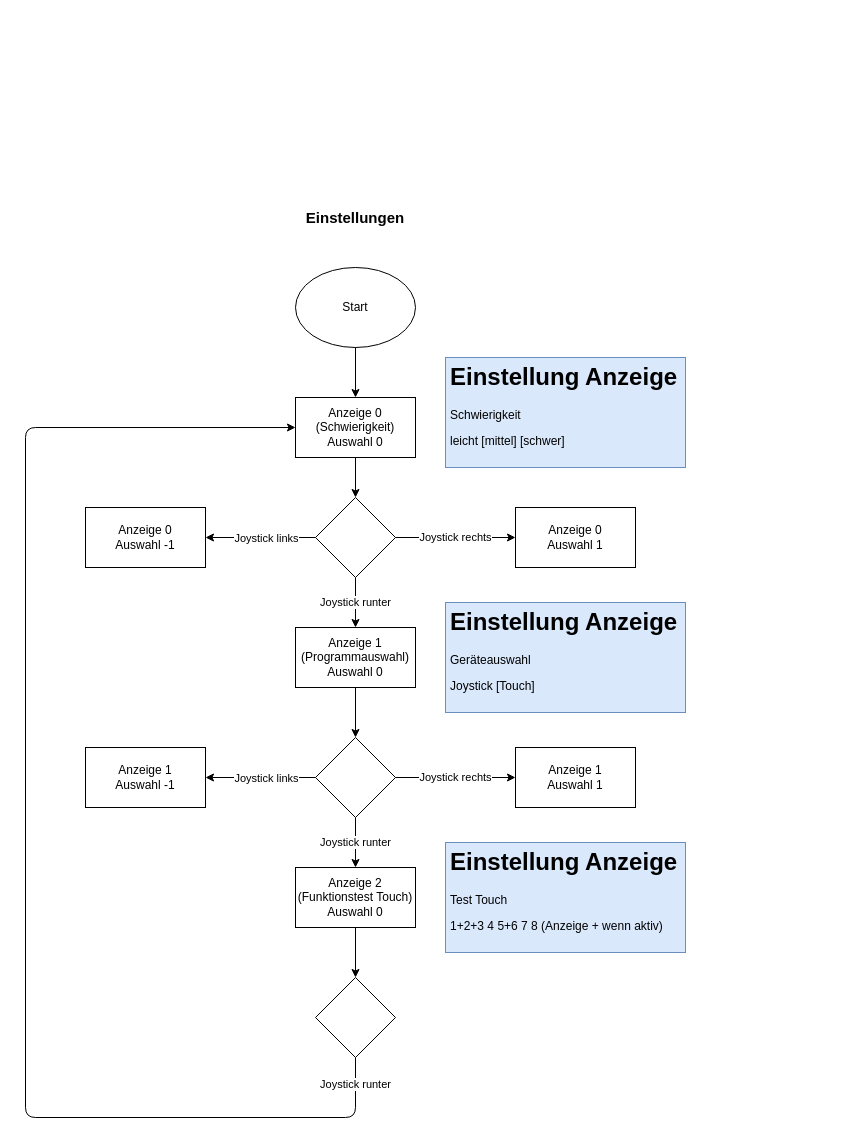
Seafesko/Nucleo-Wecker keeps this draw.io diagram as page "Settings" (2 of 3) of Untitled Diagram.drawio. Above is the earlier version. Source tidied: cells renumbered, new cells numbered last; positions are measured from the earlier drawing's top-left corner, leaving out a move shared by most shapes. Both pictures are drawn from the tidied source at 100%, with x=0, y=0 at pixel (25, 207).
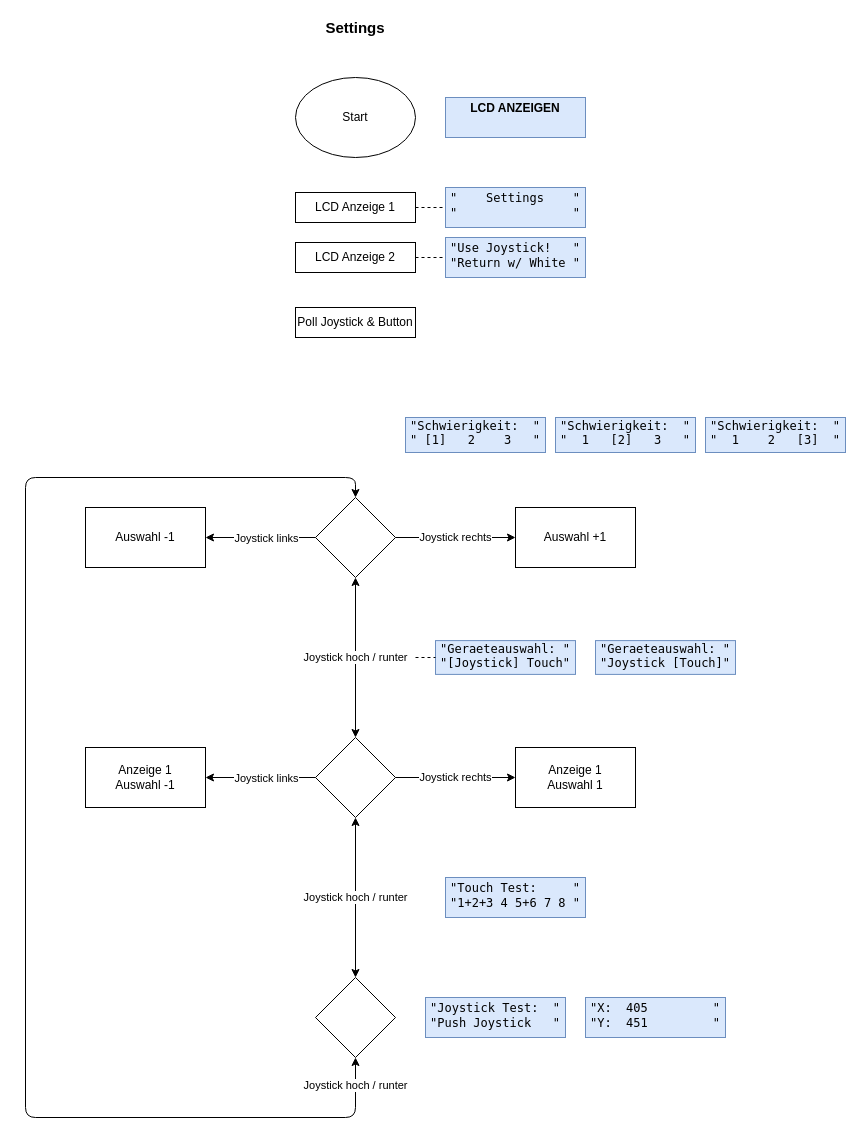
The same page after the edit.

The change refers to these unchanged cells:
```xml
<mxCell id="6" style="rhombus;whiteSpace=wrap;html=1;" parent="1" vertex="1">
  <mxGeometry x="290" y="290" width="80" height="80" as="geometry" />
</mxCell>
<mxCell id="15" style="rhombus;whiteSpace=wrap;html=1;" parent="1" vertex="1">
  <mxGeometry x="290" y="530" width="80" height="80" as="geometry" />
</mxCell>
<mxCell id="23" style="rhombus;whiteSpace=wrap;html=1;" parent="1" vertex="1">
  <mxGeometry x="290" y="770" width="80" height="80" as="geometry" />
</mxCell>
```

Change to the diagram source:
```diff
@@
-    <mxCell id="2" value="&lt;b&gt;&lt;font style=&quot;font-size: 15px&quot;&gt;Einstellungen&lt;/font&gt;&lt;/b&gt;" style="text;html=1;strokeColor=none;fillColor=none;align=center;verticalAlign=middle;whiteSpace=wrap;rounded=0;strokeWidth=4;" parent="1" vertex="1">
-      <mxGeometry x="310" width="40" height="20" as="geometry" />
+    <mxCell id="2" value="&lt;b&gt;&lt;font style=&quot;font-size: 15px&quot;&gt;Settings&lt;/font&gt;&lt;/b&gt;" style="text;html=1;strokeColor=none;fillColor=none;align=center;verticalAlign=middle;whiteSpace=wrap;rounded=0;strokeWidth=4;" parent="1" vertex="1">
+      <mxGeometry x="310" y="-190" width="40" height="20" as="geometry" />
     </mxCell>
     <mxCell id="3" value="Start" style="ellipse;whiteSpace=wrap;html=1;" parent="1" vertex="1">
-      <mxGeometry x="270" y="60" width="120" height="80" as="geometry" />
+      <mxGeometry x="270" y="-130" width="120" height="80" as="geometry" />
     </mxCell>
-    <mxCell id="4" value="&lt;div&gt;Anzeige 0 (Schwierigkeit)&lt;br&gt;&lt;/div&gt;&lt;div&gt;Auswahl 0&lt;br&gt;&lt;/div&gt;" style="rounded=0;whiteSpace=wrap;html=1;" parent="1" vertex="1">
-      <mxGeometry x="270" y="190" width="120" height="60" as="geometry" />
-    </mxCell>
-    <mxCell id="5" value="Joystick runter" style="edgeStyle=orthogonalEdgeStyle;rounded=0;jettySize=auto;html=1;exitX=0.5;exitY=1;exitDx=0;exitDy=0;entryX=0.5;entryY=0;entryDx=0;entryDy=0;" parent="1" edge="1" source="6" target="7">
+    <mxCell id="5" value="Joystick hoch / runter" style="edgeStyle=orthogonalEdgeStyle;rounded=0;jettySize=auto;html=1;exitX=0.5;exitY=1;exitDx=0;exitDy=0;entryX=0.5;entryY=0;entryDx=0;entryDy=0;startArrow=classic;startFill=1;" parent="1" edge="1" source="6" target="15">
       <mxGeometry relative="1" as="geometry" />
     </mxCell>
@@
-    <mxCell id="7" value="Anzeige 1 (Programmauswahl)&lt;br&gt;&lt;div&gt;Auswahl 0&lt;br&gt;&lt;/div&gt;" style="rounded=0;whiteSpace=wrap;html=1;" parent="1" vertex="1">
-      <mxGeometry x="270" y="420" width="120" height="60" as="geometry" />
-    </mxCell>
-    <mxCell id="8" style="endArrow=classic;html=1;exitX=0.5;exitY=1;exitDx=0;exitDy=0;entryX=0.5;entryY=0;entryDx=0;entryDy=0;" parent="1" edge="1" source="3" target="4">
-      <mxGeometry relative="1" as="geometry" />
-    </mxCell>
-    <mxCell id="9" style="endArrow=classic;html=1;exitX=0.5;exitY=1;exitDx=0;exitDy=0;entryX=0.5;entryY=0;entryDx=0;entryDy=0;" parent="1" edge="1" source="4" target="6">
-      <mxGeometry relative="1" as="geometry" />
-    </mxCell>
@@
-    <mxCell id="11" value="&lt;div&gt;Anzeige 0&lt;/div&gt;&lt;div&gt;Auswahl 1&lt;br&gt;&lt;/div&gt;" style="rounded=0;whiteSpace=wrap;html=1;" parent="1" vertex="1">
+    <mxCell id="11" value="&lt;div&gt;Auswahl +1&lt;br&gt;&lt;/div&gt;" style="rounded=0;whiteSpace=wrap;html=1;" parent="1" vertex="1">
       <mxGeometry x="490" y="300" width="120" height="60" as="geometry" />
     </mxCell>
-    <mxCell id="12" value="&lt;div&gt;Anzeige 0&lt;/div&gt;&lt;div&gt;Auswahl -1&lt;br&gt;&lt;/div&gt;" style="rounded=0;whiteSpace=wrap;html=1;" parent="1" vertex="1">
+    <mxCell id="12" value="&lt;div&gt;Auswahl -1&lt;br&gt;&lt;/div&gt;" style="rounded=0;whiteSpace=wrap;html=1;" parent="1" vertex="1">
       <mxGeometry x="60" y="300" width="120" height="60" as="geometry" />
     </mxCell>
@@
-    <mxCell id="21" style="endArrow=classic;html=1;entryX=0.5;entryY=0;entryDx=0;entryDy=0;exitX=0.5;exitY=1;exitDx=0;exitDy=0;" parent="1" edge="1" source="7" target="15">
-      <mxGeometry relative="1" as="geometry" />
-    </mxCell>
-    <mxCell id="22" value="Anzeige 2 (Funktionstest Touch)&lt;br&gt;&lt;div&gt;Auswahl 0&lt;br&gt;&lt;/div&gt;" style="rounded=0;whiteSpace=wrap;html=1;" parent="1" vertex="1">
-      <mxGeometry x="270" y="660" width="120" height="60" as="geometry" />
-    </mxCell>
@@
-    <mxCell id="24" style="endArrow=classic;html=1;entryX=0.5;entryY=0;entryDx=0;entryDy=0;exitX=0.5;exitY=1;exitDx=0;exitDy=0;" parent="1" edge="1" source="22" target="23">
-      <mxGeometry relative="1" as="geometry" />
-    </mxCell>
-    <mxCell id="25" value="Joystick runter" style="endArrow=classic;html=1;entryX=0.5;entryY=0;entryDx=0;entryDy=0;exitX=0.5;exitY=1;exitDx=0;exitDy=0;" parent="1" edge="1" source="15" target="22">
+    <mxCell id="25" value="Joystick hoch / runter" style="endArrow=classic;html=1;entryX=0.5;entryY=0;entryDx=0;entryDy=0;exitX=0.5;exitY=1;exitDx=0;exitDy=0;startArrow=classic;startFill=1;" parent="1" edge="1" source="15" target="23">
       <mxGeometry relative="1" as="geometry" />
     </mxCell>
-    <mxCell id="26" value="Joystick runter" style="endArrow=classic;html=1;exitX=0.5;exitY=1;exitDx=0;exitDy=0;entryX=0;entryY=0.5;entryDx=0;entryDy=0;" parent="1" edge="1" source="23" target="4">
+    <mxCell id="26" value="Joystick hoch / runter" style="endArrow=classic;html=1;exitX=0.5;exitY=1;exitDx=0;exitDy=0;entryX=0.5;entryY=0;entryDx=0;entryDy=0;startArrow=classic;startFill=1;" parent="1" edge="1" source="23" target="6">
       <mxGeometry x="-0.96" relative="1" as="geometry">
         <Array as="points">
           <mxPoint x="330" y="910" />
           <mxPoint y="910" />
-          <mxPoint y="220" />
+          <mxPoint y="270" />
+          <mxPoint x="330" y="270" />
         </Array>
       </mxGeometry>
     </mxCell>
-    <mxCell id="27" value="&lt;h1&gt;Einstellung Anzeige&lt;br&gt;&lt;/h1&gt;&lt;p&gt;Schwierigkeit&lt;br&gt;&lt;/p&gt;&lt;p&gt;leicht [mittel] [schwer]&lt;br&gt;&lt;/p&gt;" style="text;html=1;strokeColor=#6c8ebf;fillColor=#dae8fc;spacing=5;spacingTop=-20;whiteSpace=wrap;overflow=hidden;rounded=0;" parent="1" vertex="1">
-      <mxGeometry x="420" y="150" width="240" height="110" as="geometry" />
+    <mxCell id="27" value="&lt;p&gt;&lt;font face=&quot;Lucida Console&quot;&gt;&quot;Schwierigkeit:&amp;nbsp; &quot; &quot; [1]&amp;nbsp;&amp;nbsp; 2&amp;nbsp;&amp;nbsp;&amp;nbsp; 3&amp;nbsp;&amp;nbsp; &quot;&lt;/font&gt;&lt;br&gt;&lt;/p&gt;" style="text;html=1;strokeColor=#6c8ebf;fillColor=#dae8fc;spacing=5;spacingTop=-20;whiteSpace=wrap;overflow=hidden;rounded=0;" parent="1" vertex="1">
+      <mxGeometry x="380" y="210" width="140" height="35" as="geometry" />
     </mxCell>
-    <mxCell id="28" value="&lt;h1&gt;Einstellung Anzeige&lt;br&gt;&lt;/h1&gt;&lt;p&gt;Geräteauswahl&lt;br&gt;&lt;/p&gt;&lt;p&gt;Joystick [Touch]&lt;br&gt;&lt;/p&gt;" style="text;html=1;strokeColor=#6c8ebf;fillColor=#dae8fc;spacing=5;spacingTop=-20;whiteSpace=wrap;overflow=hidden;rounded=0;" parent="1" vertex="1">
-      <mxGeometry x="420" y="395" width="240" height="110" as="geometry" />
-    </mxCell>
-    <mxCell id="29" value="&lt;h1&gt;Einstellung Anzeige&lt;br&gt;&lt;/h1&gt;Test Touch&lt;br&gt;&lt;p&gt;1+2+3 4 5+6 7 8 (Anzeige + wenn aktiv)&lt;br&gt;&lt;/p&gt;" style="text;html=1;strokeColor=#6c8ebf;fillColor=#dae8fc;spacing=5;spacingTop=-20;whiteSpace=wrap;overflow=hidden;rounded=0;" parent="1" vertex="1">
-      <mxGeometry x="420" y="635" width="240" height="110" as="geometry" />
+    <mxCell id="29" value="&lt;div&gt;&lt;font face=&quot;Lucida Console&quot;&gt;&lt;br&gt;&lt;/font&gt;&lt;/div&gt;&lt;div&gt;&lt;font face=&quot;Lucida Console&quot;&gt;&quot;Touch Test:&amp;nbsp;&amp;nbsp;&amp;nbsp;&amp;nbsp; &quot;&lt;/font&gt;&lt;/div&gt;&lt;div&gt;&lt;font face=&quot;Lucida Console&quot;&gt;&quot;1+2+3 4 5+6 7 8 &quot;&lt;/font&gt;&lt;br&gt;&lt;/div&gt;" style="text;html=1;strokeColor=#6c8ebf;fillColor=#dae8fc;spacing=5;spacingTop=-20;whiteSpace=wrap;overflow=hidden;rounded=0;" parent="1" vertex="1">
+      <mxGeometry x="420" y="670" width="140" height="40" as="geometry" />
     </mxCell>
+    <mxCell id="30" value="LCD Anzeige 1" style="rounded=0;whiteSpace=wrap;html=1;" parent="1" vertex="1">
+      <mxGeometry x="270" y="-15" width="120" height="30" as="geometry" />
+    </mxCell>
+    <mxCell id="31" value="&lt;div&gt;&lt;font face=&quot;Lucida Console&quot;&gt;&lt;br&gt;&lt;/font&gt;&lt;/div&gt;&lt;div&gt;&lt;font face=&quot;Lucida Console&quot;&gt;&quot;&amp;nbsp;&amp;nbsp;&amp;nbsp; Settings&amp;nbsp;&amp;nbsp;&amp;nbsp; &quot; &quot;&amp;nbsp;&amp;nbsp;&amp;nbsp;&amp;nbsp;&amp;nbsp;&amp;nbsp;&amp;nbsp;&amp;nbsp;&amp;nbsp;&amp;nbsp;&amp;nbsp;&amp;nbsp;&amp;nbsp;&amp;nbsp;&amp;nbsp; &quot;&lt;/font&gt;&lt;/div&gt;" style="text;html=1;strokeColor=#6c8ebf;fillColor=#dae8fc;spacing=5;spacingTop=-20;whiteSpace=wrap;overflow=hidden;rounded=0;" parent="1" vertex="1">
+      <mxGeometry x="420" y="-20" width="140" height="40" as="geometry" />
+    </mxCell>
+    <mxCell id="32" value="&lt;div&gt;&lt;font face=&quot;Lucida Console&quot;&gt;&lt;br&gt;&lt;/font&gt;&lt;/div&gt;&lt;div&gt;&lt;font face=&quot;Lucida Console&quot;&gt;&quot;Use Joystick!&amp;nbsp;&amp;nbsp; &quot;&lt;/font&gt;&lt;/div&gt;&lt;font face=&quot;Lucida Console&quot;&gt;&quot;Return w/ White &quot;&lt;/font&gt;" style="text;html=1;strokeColor=#6c8ebf;fillColor=#dae8fc;spacing=5;spacingTop=-20;whiteSpace=wrap;overflow=hidden;rounded=0;" parent="1" vertex="1">
+      <mxGeometry x="420" y="30" width="140" height="40" as="geometry" />
+    </mxCell>
+    <mxCell id="33" style="endArrow=none;dashed=1;html=1;entryX=0;entryY=0.5;entryDx=0;entryDy=0;exitX=1;exitY=0.5;exitDx=0;exitDy=0;" parent="1" edge="1" source="30" target="31">
+      <mxGeometry relative="1" as="geometry" />
+    </mxCell>
+    <mxCell id="34" value="LCD Anzeige 2" style="rounded=0;whiteSpace=wrap;html=1;" parent="1" vertex="1">
+      <mxGeometry x="270" y="35" width="120" height="30" as="geometry" />
+    </mxCell>
+    <mxCell id="35" style="endArrow=none;dashed=1;html=1;exitX=1;exitY=0.5;exitDx=0;exitDy=0;entryX=0;entryY=0.5;entryDx=0;entryDy=0;" parent="1" edge="1" source="34" target="32">
+      <mxGeometry relative="1" as="geometry" />
+    </mxCell>
+    <mxCell id="36" value="&lt;p&gt;&lt;font face=&quot;Lucida Console&quot;&gt;&quot;Geraeteauswahl: &quot; &quot;[Joystick] Touch&quot;&lt;/font&gt;&lt;br&gt;&lt;/p&gt;" style="text;html=1;strokeColor=#6c8ebf;fillColor=#dae8fc;spacing=5;spacingTop=-20;whiteSpace=wrap;overflow=hidden;rounded=0;" parent="1" vertex="1">
+      <mxGeometry x="410" y="433.1" width="140" height="33.8" as="geometry" />
+    </mxCell>
+    <mxCell id="37" style="endArrow=none;dashed=1;html=1;entryX=0;entryY=0.5;entryDx=0;entryDy=0;exitX=1;exitY=0.5;exitDx=0;exitDy=0;" parent="1" edge="1" target="36">
+      <mxGeometry relative="1" as="geometry">
+        <mxPoint x="390" y="450" as="sourcePoint" />
+      </mxGeometry>
+    </mxCell>
+    <mxCell id="38" value="&lt;p&gt;&lt;font face=&quot;Lucida Console&quot;&gt;&quot;Geraeteauswahl: &quot; &quot;Joystick [Touch]&quot;&lt;/font&gt;&lt;br&gt;&lt;/p&gt;" style="text;html=1;strokeColor=#6c8ebf;fillColor=#dae8fc;spacing=5;spacingTop=-20;whiteSpace=wrap;overflow=hidden;rounded=0;" parent="1" vertex="1">
+      <mxGeometry x="570" y="433.1" width="140" height="33.8" as="geometry" />
+    </mxCell>
+    <mxCell id="39" value="&lt;p&gt;&lt;font face=&quot;Lucida Console&quot;&gt;&quot;Schwierigkeit:&amp;nbsp; &quot; &quot;&amp;nbsp; 1&amp;nbsp;&amp;nbsp; [2] &amp;nbsp; 3&amp;nbsp;&amp;nbsp; &quot;&lt;/font&gt;&lt;br&gt;&lt;/p&gt;" style="text;html=1;strokeColor=#6c8ebf;fillColor=#dae8fc;spacing=5;spacingTop=-20;whiteSpace=wrap;overflow=hidden;rounded=0;" parent="1" vertex="1">
+      <mxGeometry x="530" y="210" width="140" height="35" as="geometry" />
+    </mxCell>
+    <mxCell id="40" value="&lt;div&gt;&lt;font face=&quot;Lucida Console&quot;&gt;&lt;br&gt;&lt;/font&gt;&lt;/div&gt;&lt;div&gt;&lt;font face=&quot;Lucida Console&quot;&gt;&quot;Joystick Test:&amp;nbsp; &quot; &quot;Push Joystick&amp;nbsp;&amp;nbsp; &quot;&lt;/font&gt;&lt;/div&gt;" style="text;html=1;strokeColor=#6c8ebf;fillColor=#dae8fc;spacing=5;spacingTop=-20;whiteSpace=wrap;overflow=hidden;rounded=0;" parent="1" vertex="1">
+      <mxGeometry x="400" y="790" width="140" height="40" as="geometry" />
+    </mxCell>
+    <mxCell id="41" value="&lt;div&gt;&lt;font face=&quot;Lucida Console&quot;&gt;&lt;br&gt;&lt;/font&gt;&lt;/div&gt;&lt;div&gt;&lt;font face=&quot;Lucida Console&quot;&gt;&quot;X:&amp;nbsp; 405 &amp;nbsp; &amp;nbsp;&amp;nbsp;&amp;nbsp;&amp;nbsp;&amp;nbsp; &quot;&lt;/font&gt;&lt;/div&gt;&lt;font face=&quot;Lucida Console&quot;&gt;&quot;Y:&amp;nbsp; 451 &amp;nbsp;&amp;nbsp;&amp;nbsp;&amp;nbsp;&amp;nbsp;&amp;nbsp;&amp;nbsp; &quot;&lt;/font&gt;" style="text;html=1;strokeColor=#6c8ebf;fillColor=#dae8fc;spacing=5;spacingTop=-20;whiteSpace=wrap;overflow=hidden;rounded=0;" parent="1" vertex="1">
+      <mxGeometry x="560" y="790" width="140" height="40" as="geometry" />
+    </mxCell>
+    <mxCell id="42" value="&lt;div align=&quot;center&quot;&gt;&lt;b&gt;&lt;br&gt;&lt;/b&gt;&lt;/div&gt;&lt;div align=&quot;center&quot;&gt;&lt;b&gt;LCD ANZEIGEN&lt;/b&gt;&lt;/div&gt;" style="text;html=1;strokeColor=#6c8ebf;fillColor=#dae8fc;spacing=5;spacingTop=-20;whiteSpace=wrap;overflow=hidden;rounded=0;align=center;" parent="1" vertex="1">
+      <mxGeometry x="420" y="-110" width="140" height="40" as="geometry" />
+    </mxCell>
+    <mxCell id="43" value="&lt;p&gt;&lt;font face=&quot;Lucida Console&quot;&gt;&quot;Schwierigkeit:&amp;nbsp; &quot; &quot;&amp;nbsp; 1&amp;nbsp;&amp;nbsp;&amp;nbsp; 2&amp;nbsp;&amp;nbsp; [3]&amp;nbsp; &quot;&lt;/font&gt;&lt;br&gt;&lt;/p&gt;" style="text;html=1;strokeColor=#6c8ebf;fillColor=#dae8fc;spacing=5;spacingTop=-20;whiteSpace=wrap;overflow=hidden;rounded=0;" parent="1" vertex="1">
+      <mxGeometry x="680" y="210" width="140" height="35" as="geometry" />
+    </mxCell>
+    <mxCell id="44" value="Poll Joystick &amp;amp; Button " style="rounded=0;whiteSpace=wrap;html=1;" parent="1" vertex="1">
+      <mxGeometry x="270" y="100" width="120" height="30" as="geometry" />
+    </mxCell>
```
